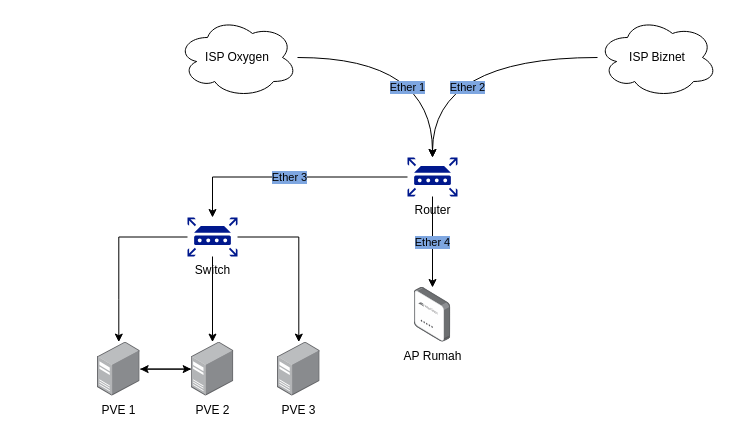
Earlier version of the draw.io diagram drawio/Network Topology Bullnium.drawio (WaxArsatia/Random). Source tidied: cells renumbered, new cells numbered last; positions are measured from the earlier drawing's top-left corner, leaving out a move shared by most shapes. Both pictures are drawn from the tidied source at 100%, with x=0, y=0 at pixel (97, 17).
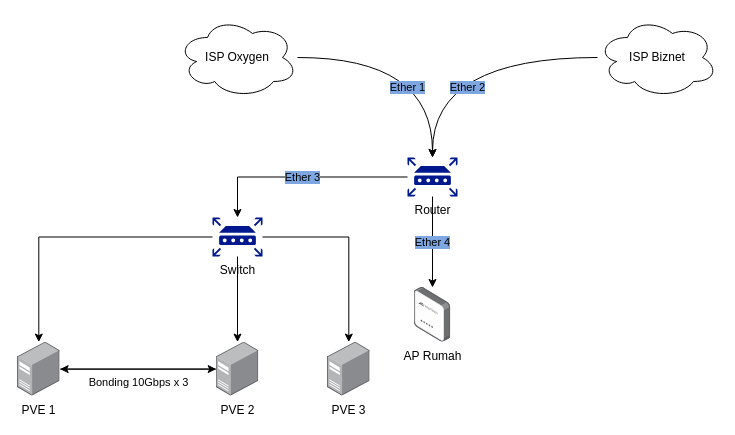
The same diagram, later.

What changed in the source:
```diff
@@
 <mxGraphModel>
   <root>
     <mxCell id="0" />
     <mxCell id="1" parent="0" />
     <mxCell id="2" value="Ether 3" style="edgeStyle=orthogonalEdgeStyle;rounded=0;jettySize=auto;html=1;labelBackgroundColor=#7EA6E0;" parent="1" edge="1" source="4" target="12">
       <mxGeometry relative="1" as="geometry" />
     </mxCell>
     <mxCell id="3" value="Ether 4" style="edgeStyle=orthogonalEdgeStyle;rounded=0;jettySize=auto;html=1;labelBackgroundColor=#7EA6E0;" parent="1" edge="1" source="4" target="13">
       <mxGeometry relative="1" as="geometry" />
     </mxCell>
     <mxCell id="4" value="Router" style="sketch=0;shadow=0;dashed=0;html=1;strokeColor=none;labelPosition=center;verticalLabelPosition=bottom;verticalAlign=top;align=center;fillColor=#00188D;shape=mxgraph.mscae.enterprise.router;" parent="1" vertex="1">
       <mxGeometry x="310" y="140" width="50" height="39" as="geometry" />
     </mxCell>
     <mxCell id="5" value="Ether 2" style="edgeStyle=orthogonalEdgeStyle;rounded=0;jettySize=auto;html=1;curved=1;labelBackgroundColor=#7EA6E0;" parent="1" edge="1" source="6" target="4">
       <mxGeometry x="-0.02" y="30" relative="1" as="geometry" />
     </mxCell>
     <mxCell id="6" value="ISP Biznet" style="ellipse;shape=cloud;whiteSpace=wrap;html=1;" parent="1" vertex="1">
       <mxGeometry x="500" width="120" height="80" as="geometry" />
     </mxCell>
     <mxCell id="7" value="Ether 1" style="edgeStyle=orthogonalEdgeStyle;rounded=0;jettySize=auto;html=1;curved=1;labelBackgroundColor=#7EA6E0;" parent="1" edge="1" source="8" target="4">
       <mxGeometry x="0.4" y="-25" relative="1" as="geometry" />
     </mxCell>
     <mxCell id="8" value="ISP Oxygen" style="ellipse;shape=cloud;whiteSpace=wrap;html=1;" parent="1" vertex="1">
       <mxGeometry x="80" width="120" height="80" as="geometry" />
     </mxCell>
     <mxCell id="9" style="edgeStyle=orthogonalEdgeStyle;rounded=0;jettySize=auto;html=1;" parent="1" edge="1" source="12" target="15">
       <mxGeometry relative="1" as="geometry" />
     </mxCell>
     <mxCell id="10" style="edgeStyle=orthogonalEdgeStyle;rounded=0;jettySize=auto;html=1;" parent="1" edge="1" source="12" target="17">
       <mxGeometry relative="1" as="geometry" />
     </mxCell>
     <mxCell id="11" style="edgeStyle=orthogonalEdgeStyle;rounded=0;jettySize=auto;html=1;" parent="1" edge="1" source="12" target="18">
       <mxGeometry relative="1" as="geometry" />
     </mxCell>
     <mxCell id="12" value="Switch" style="sketch=0;shadow=0;dashed=0;html=1;strokeColor=none;labelPosition=center;verticalLabelPosition=bottom;verticalAlign=top;align=center;fillColor=#00188D;shape=mxgraph.mscae.enterprise.router;" parent="1" vertex="1">
-      <mxGeometry x="90" y="200" width="50" height="39" as="geometry" />
+      <mxGeometry x="115" y="200" width="50" height="39" as="geometry" />
     </mxCell>
     <mxCell id="13" value="AP Rumah" style="image;points=[];html=1;align=center;shadow=0;dashed=0;image=img/lib/allied_telesis/wireless/Access_Point_Indoor.svg;" parent="1" vertex="1">
       <mxGeometry x="316.7" y="270" width="36.6" height="54.6" as="geometry" />
     </mxCell>
     <mxCell id="14" style="edgeStyle=orthogonalEdgeStyle;rounded=0;jettySize=auto;html=1;" parent="1" edge="1" source="15" target="17">
       <mxGeometry relative="1" as="geometry" />
     </mxCell>
     <mxCell id="15" value="PVE 1" style="image;points=[];html=1;align=center;shadow=0;dashed=0;image=img/lib/allied_telesis/computer_and_terminals/Server_Desktop.svg;" parent="1" vertex="1">
-      <mxGeometry y="324.6" width="42.6" height="54" as="geometry" />
+      <mxGeometry x="-80" y="324.6" width="42.6" height="54" as="geometry" />
     </mxCell>
-    <mxCell id="16" style="edgeStyle=orthogonalEdgeStyle;rounded=0;jettySize=auto;html=1;" parent="1" edge="1" source="17" target="15">
+    <mxCell id="16" value="&lt;div&gt;Bonding 10Gbps x 3&lt;/div&gt;" style="edgeStyle=orthogonalEdgeStyle;rounded=0;jettySize=auto;html=1;verticalAlign=top;" parent="1" edge="1" source="17" target="15">
       <mxGeometry relative="1" as="geometry" />
     </mxCell>
     <mxCell id="17" value="PVE 2" style="image;points=[];html=1;align=center;shadow=0;dashed=0;image=img/lib/allied_telesis/computer_and_terminals/Server_Desktop.svg;" parent="1" vertex="1">
-      <mxGeometry x="93.7" y="324.6" width="42.6" height="54" as="geometry" />
+      <mxGeometry x="118.7" y="324.6" width="42.6" height="54" as="geometry" />
     </mxCell>
     <mxCell id="18" value="PVE 3" style="image;points=[];html=1;align=center;shadow=0;dashed=0;image=img/lib/allied_telesis/computer_and_terminals/Server_Desktop.svg;" parent="1" vertex="1">
-      <mxGeometry x="180" y="324.6" width="42.6" height="54" as="geometry" />
+      <mxGeometry x="230" y="324.6" width="42.6" height="54" as="geometry" />
     </mxCell>
   </root>
 </mxGraphModel>
```
